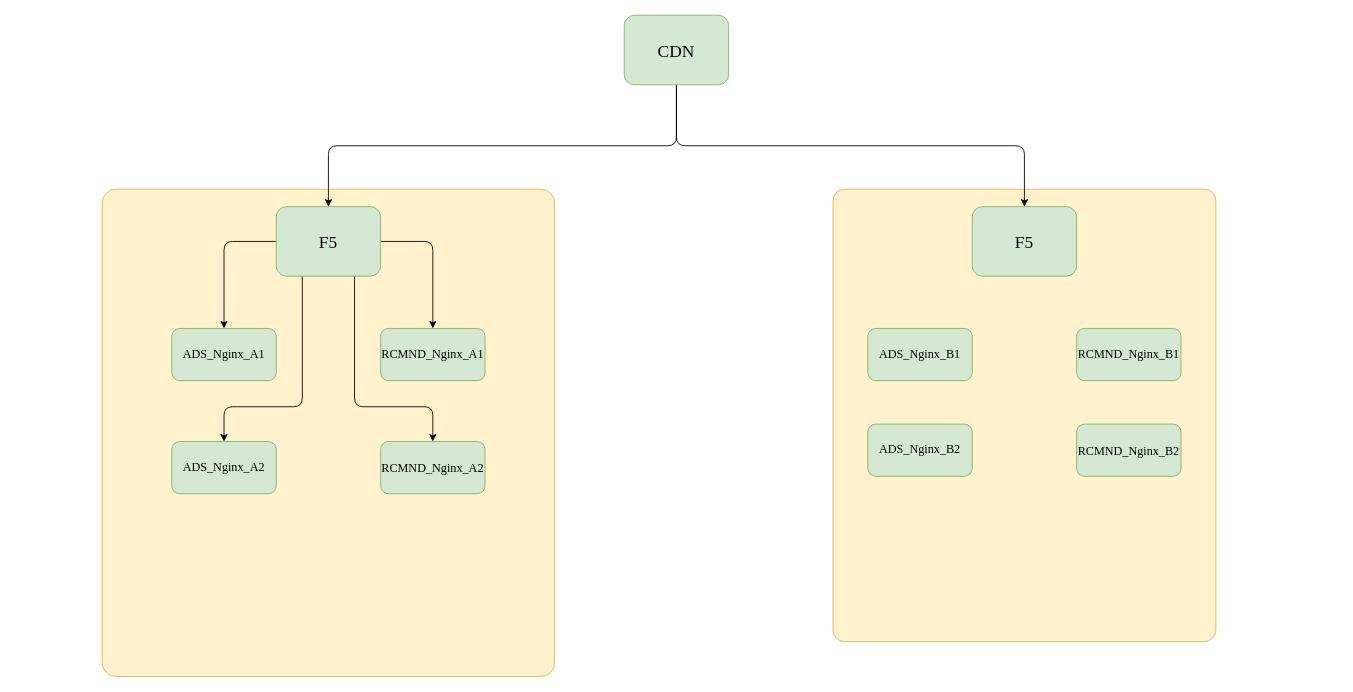
The draw.io diagram 广告系统分流.drawio in TakingCoding4Granted/drawio, before the edit. Source tidied: cells renumbered, new cells numbered last; positions are measured from the earlier drawing's top-left corner, leaving out a move shared by most shapes. Both pictures are drawn from the tidied source at 87%, with x=0, y=0 at pixel (102, 15).
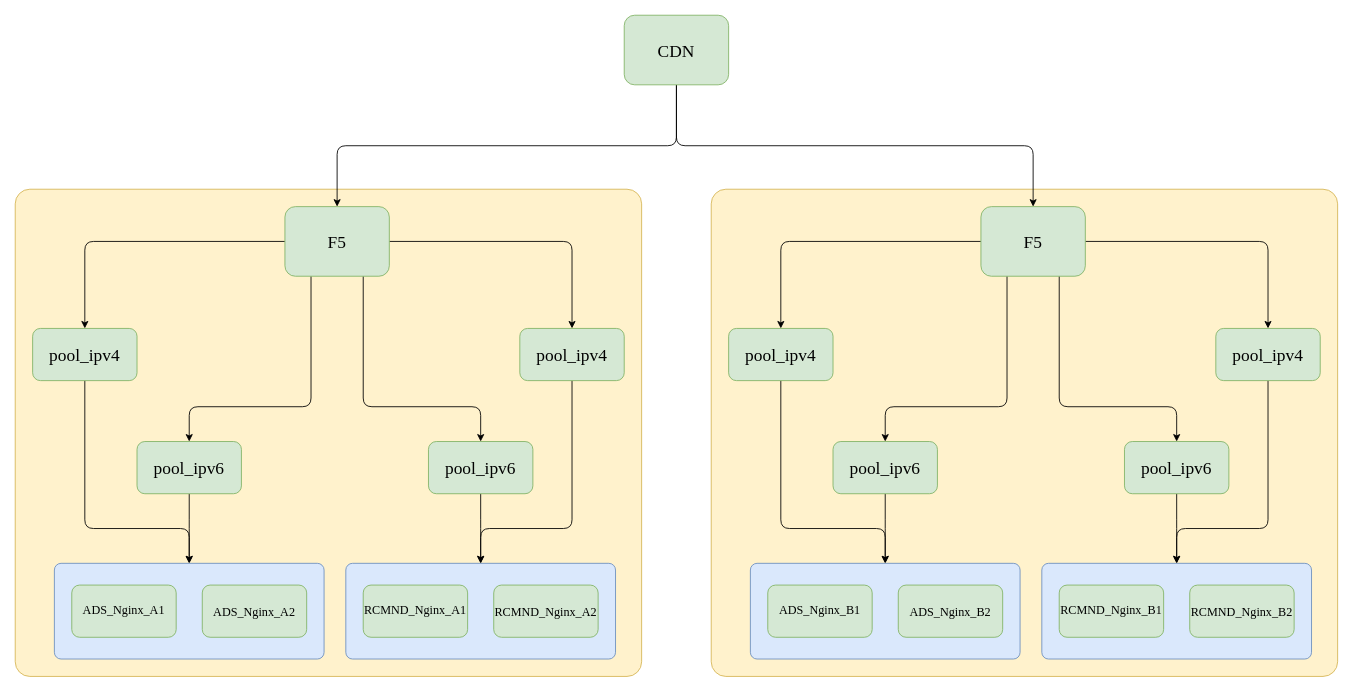
Above is the later version.

Commit message (it also covers changes not shown here):
更新广告系统分流.drawio

The edit, as a diff of the source:
```diff
@@
-    <mxCell id="2" style="rounded=1;whiteSpace=wrap;html=1;fontFamily=Times New Roman;fontSize=20;fillColor=#fff2cc;strokeColor=#d6b656;arcSize=3;" parent="1" vertex="1">
-      <mxGeometry x="840" y="200" width="440" height="520" as="geometry" />
-    </mxCell>
+    <mxCell id="21" style="rounded=1;whiteSpace=wrap;html=1;fontFamily=Times New Roman;fontSize=20;fillColor=#fff2cc;strokeColor=#d6b656;arcSize=3;" parent="1" vertex="1">
+      <mxGeometry x="700" y="200" width="720" height="560" as="geometry" />
+    </mxCell>
     <mxCell id="3" style="rounded=1;whiteSpace=wrap;html=1;fontFamily=Times New Roman;fontSize=20;fillColor=#fff2cc;strokeColor=#d6b656;arcSize=3;" parent="1" vertex="1">
-      <mxGeometry y="200" width="520" height="560" as="geometry" />
+      <mxGeometry x="-100" y="200" width="720" height="560" as="geometry" />
     </mxCell>
+    <mxCell id="22" style="rounded=1;whiteSpace=wrap;html=1;fontFamily=Times New Roman;fontSize=14;fillColor=#dae8fc;strokeColor=#6c8ebf;arcSize=7;" parent="1" vertex="1">
+      <mxGeometry x="280" y="630" width="310" height="110" as="geometry" />
+    </mxCell>
@@
     <mxCell id="7" style="edgeStyle=elbowEdgeStyle;rounded=1;jettySize=auto;elbow=vertical;html=1;exitX=0;exitY=0.5;exitDx=0;exitDy=0;entryX=0.5;entryY=0;entryDx=0;entryDy=0;fontFamily=Times New Roman;fontSize=14;" parent="1" edge="1" source="11" target="13">
       <mxGeometry relative="1" as="geometry">
         <Array as="points">
-          <mxPoint x="180" y="260" />
+          <mxPoint x="220" y="260" />
         </Array>
       </mxGeometry>
     </mxCell>
-    <mxCell id="8" style="edgeStyle=elbowEdgeStyle;rounded=1;jettySize=auto;elbow=vertical;html=1;exitX=1;exitY=0.5;exitDx=0;exitDy=0;entryX=0.5;entryY=0;entryDx=0;entryDy=0;fontFamily=Times New Roman;fontSize=14;" parent="1" edge="1" source="11" target="14">
+    <mxCell id="8" style="edgeStyle=elbowEdgeStyle;rounded=1;jettySize=auto;elbow=vertical;html=1;exitX=1;exitY=0.5;exitDx=0;exitDy=0;entryX=0.5;entryY=0;entryDx=0;entryDy=0;fontFamily=Times New Roman;fontSize=14;" parent="1" edge="1" source="11" target="26">
       <mxGeometry relative="1" as="geometry">
         <Array as="points">
-          <mxPoint x="370" y="260" />
+          <mxPoint x="410" y="260" />
         </Array>
       </mxGeometry>
     </mxCell>
     <mxCell id="9" style="edgeStyle=elbowEdgeStyle;rounded=1;jettySize=auto;elbow=vertical;html=1;exitX=0.25;exitY=1;exitDx=0;exitDy=0;entryX=0.5;entryY=0;entryDx=0;entryDy=0;fontFamily=Times New Roman;fontSize=14;" parent="1" edge="1" source="11" target="15">
       <mxGeometry relative="1" as="geometry">
         <Array as="points">
-          <mxPoint x="200" y="450" />
+          <mxPoint x="240" y="450" />
         </Array>
       </mxGeometry>
     </mxCell>
-    <mxCell id="10" style="edgeStyle=elbowEdgeStyle;rounded=1;jettySize=auto;elbow=vertical;html=1;exitX=0.75;exitY=1;exitDx=0;exitDy=0;fontFamily=Times New Roman;fontSize=14;entryX=0.5;entryY=0;entryDx=0;entryDy=0;" parent="1" edge="1" source="11" target="16">
+    <mxCell id="10" style="edgeStyle=elbowEdgeStyle;rounded=1;jettySize=auto;elbow=vertical;html=1;exitX=0.75;exitY=1;exitDx=0;exitDy=0;fontFamily=Times New Roman;fontSize=14;entryX=0.5;entryY=0;entryDx=0;entryDy=0;" parent="1" edge="1" source="11" target="28">
       <mxGeometry relative="1" as="geometry">
         <Array as="points">
-          <mxPoint x="320" y="450" />
-          <mxPoint x="300" y="500" />
+          <mxPoint x="360" y="450" />
+          <mxPoint x="340" y="500" />
         </Array>
       </mxGeometry>
     </mxCell>
     <mxCell id="11" value="F5" style="rounded=1;whiteSpace=wrap;html=1;fontFamily=Times New Roman;fontSize=20;fillColor=#d5e8d4;strokeColor=#82b366;" parent="1" vertex="1">
-      <mxGeometry x="200" y="220" width="120" height="80" as="geometry" />
+      <mxGeometry x="210" y="220" width="120" height="80" as="geometry" />
     </mxCell>
+    <mxCell id="23" style="edgeStyle=elbowEdgeStyle;rounded=1;jettySize=auto;elbow=vertical;html=1;entryX=0.5;entryY=0;entryDx=0;entryDy=0;fontFamily=Times New Roman;fontSize=14;exitX=0.5;exitY=1;exitDx=0;exitDy=0;" parent="1" edge="1" source="13" target="29">
+      <mxGeometry relative="1" as="geometry">
+        <Array as="points">
+          <mxPoint x="40" y="590" />
+        </Array>
+      </mxGeometry>
+    </mxCell>
+    <mxCell id="13" value="pool_ipv4" style="rounded=1;whiteSpace=wrap;html=1;fontFamily=Times New Roman;fontSize=20;fillColor=#d5e8d4;strokeColor=#82b366;" parent="1" vertex="1">
+      <mxGeometry x="-80" y="360" width="120" height="60" as="geometry" />
+    </mxCell>
+    <mxCell id="24" style="edgeStyle=elbowEdgeStyle;rounded=1;jettySize=auto;elbow=vertical;html=1;fontFamily=Times New Roman;fontSize=14;" parent="1" edge="1" source="15" target="29">
+      <mxGeometry relative="1" as="geometry" />
+    </mxCell>
+    <mxCell id="15" value="pool_ipv6" style="rounded=1;whiteSpace=wrap;html=1;fontFamily=Times New Roman;fontSize=20;fillColor=#d5e8d4;strokeColor=#82b366;" parent="1" vertex="1">
+      <mxGeometry x="40" y="490" width="120" height="60" as="geometry" />
+    </mxCell>
+    <mxCell id="14" value="RCMND_Nginx_A1" style="rounded=1;whiteSpace=wrap;html=1;fontFamily=Times New Roman;fontSize=14;fillColor=#d5e8d4;strokeColor=#82b366;" parent="1" vertex="1">
+      <mxGeometry x="300" y="655" width="120" height="60" as="geometry" />
+    </mxCell>
+    <mxCell id="16" value="&lt;span style=&quot;font-size: 14px&quot;&gt;RCMND_Nginx_A2&lt;/span&gt;" style="rounded=1;whiteSpace=wrap;html=1;fontFamily=Times New Roman;fontSize=16;fillColor=#d5e8d4;strokeColor=#82b366;" parent="1" vertex="1">
+      <mxGeometry x="450" y="655" width="120" height="60" as="geometry" />
+    </mxCell>
+    <mxCell id="25" style="edgeStyle=elbowEdgeStyle;rounded=1;jettySize=auto;elbow=vertical;html=1;exitX=0.5;exitY=1;exitDx=0;exitDy=0;entryX=0.5;entryY=0;entryDx=0;entryDy=0;fontFamily=Times New Roman;fontSize=14;" parent="1" edge="1" source="26" target="22">
+      <mxGeometry relative="1" as="geometry">
+        <Array as="points">
+          <mxPoint x="490" y="590" />
+          <mxPoint x="550" y="720" />
+          <mxPoint x="480" y="780" />
+          <mxPoint x="460" y="590" />
+          <mxPoint x="450" y="590" />
+        </Array>
+      </mxGeometry>
+    </mxCell>
+    <mxCell id="26" value="pool_ipv4" style="rounded=1;whiteSpace=wrap;html=1;fontFamily=Times New Roman;fontSize=20;fillColor=#d5e8d4;strokeColor=#82b366;" parent="1" vertex="1">
+      <mxGeometry x="480" y="360" width="120" height="60" as="geometry" />
+    </mxCell>
+    <mxCell id="27" style="edgeStyle=elbowEdgeStyle;rounded=1;jettySize=auto;elbow=vertical;html=1;fontFamily=Times New Roman;fontSize=14;" parent="1" edge="1" source="28" target="22">
+      <mxGeometry relative="1" as="geometry" />
+    </mxCell>
+    <mxCell id="28" value="&lt;span style=&quot;font-size: 20px;&quot;&gt;pool_ipv6&lt;/span&gt;" style="rounded=1;whiteSpace=wrap;html=1;fontFamily=Times New Roman;fontSize=20;fillColor=#d5e8d4;strokeColor=#82b366;" parent="1" vertex="1">
+      <mxGeometry x="375" y="490" width="120" height="60" as="geometry" />
+    </mxCell>
+    <mxCell id="29" style="rounded=1;whiteSpace=wrap;html=1;fontFamily=Times New Roman;fontSize=14;fillColor=#dae8fc;strokeColor=#6c8ebf;arcSize=7;" parent="1" vertex="1">
+      <mxGeometry x="-55" y="630" width="310" height="110" as="geometry" />
+    </mxCell>
+    <mxCell id="30" value="ADS_Nginx_A1" style="rounded=1;whiteSpace=wrap;html=1;fontFamily=Times New Roman;fontSize=14;fillColor=#d5e8d4;strokeColor=#82b366;" parent="1" vertex="1">
+      <mxGeometry x="-35" y="655" width="120" height="60" as="geometry" />
+    </mxCell>
+    <mxCell id="31" value="&lt;span style=&quot;font-size: 14px&quot;&gt;ADS_Nginx_A2&lt;/span&gt;" style="rounded=1;whiteSpace=wrap;html=1;fontFamily=Times New Roman;fontSize=16;fillColor=#d5e8d4;strokeColor=#82b366;" parent="1" vertex="1">
+      <mxGeometry x="115" y="655" width="120" height="60" as="geometry" />
+    </mxCell>
+    <mxCell id="32" style="rounded=1;whiteSpace=wrap;html=1;fontFamily=Times New Roman;fontSize=14;fillColor=#dae8fc;strokeColor=#6c8ebf;arcSize=7;" parent="1" vertex="1">
+      <mxGeometry x="1080" y="630" width="310" height="110" as="geometry" />
+    </mxCell>
+    <mxCell id="33" style="edgeStyle=elbowEdgeStyle;rounded=1;jettySize=auto;elbow=vertical;html=1;exitX=0;exitY=0.5;exitDx=0;exitDy=0;entryX=0.5;entryY=0;entryDx=0;entryDy=0;fontFamily=Times New Roman;fontSize=14;" parent="1" edge="1" source="12" target="38">
+      <mxGeometry relative="1" as="geometry">
+        <Array as="points">
+          <mxPoint x="1020" y="260" />
+        </Array>
+      </mxGeometry>
+    </mxCell>
+    <mxCell id="34" style="edgeStyle=elbowEdgeStyle;rounded=1;jettySize=auto;elbow=vertical;html=1;exitX=1;exitY=0.5;exitDx=0;exitDy=0;entryX=0.5;entryY=0;entryDx=0;entryDy=0;fontFamily=Times New Roman;fontSize=14;" parent="1" edge="1" source="12" target="42">
+      <mxGeometry relative="1" as="geometry">
+        <Array as="points">
+          <mxPoint x="1210" y="260" />
+        </Array>
+      </mxGeometry>
+    </mxCell>
+    <mxCell id="35" style="edgeStyle=elbowEdgeStyle;rounded=1;jettySize=auto;elbow=vertical;html=1;exitX=0.25;exitY=1;exitDx=0;exitDy=0;entryX=0.5;entryY=0;entryDx=0;entryDy=0;fontFamily=Times New Roman;fontSize=14;" parent="1" edge="1" source="12" target="40">
+      <mxGeometry relative="1" as="geometry">
+        <Array as="points">
+          <mxPoint x="1040" y="450" />
+        </Array>
+      </mxGeometry>
+    </mxCell>
+    <mxCell id="36" style="edgeStyle=elbowEdgeStyle;rounded=1;jettySize=auto;elbow=vertical;html=1;exitX=0.75;exitY=1;exitDx=0;exitDy=0;fontFamily=Times New Roman;fontSize=14;entryX=0.5;entryY=0;entryDx=0;entryDy=0;" parent="1" edge="1" source="12" target="44">
+      <mxGeometry relative="1" as="geometry">
+        <Array as="points">
+          <mxPoint x="1160" y="450" />
+          <mxPoint x="1140" y="500" />
+        </Array>
+      </mxGeometry>
+    </mxCell>
     <mxCell id="12" value="F5" style="rounded=1;whiteSpace=wrap;html=1;fontFamily=Times New Roman;fontSize=20;fillColor=#d5e8d4;strokeColor=#82b366;" parent="1" vertex="1">
-      <mxGeometry x="1000" y="220" width="120" height="80" as="geometry" />
+      <mxGeometry x="1010" y="220" width="120" height="80" as="geometry" />
     </mxCell>
-    <mxCell id="13" value="ADS_Nginx_A1" style="rounded=1;whiteSpace=wrap;html=1;fontFamily=Times New Roman;fontSize=14;fillColor=#d5e8d4;strokeColor=#82b366;" parent="1" vertex="1">
-      <mxGeometry x="80" y="360" width="120" height="60" as="geometry" />
-    </mxCell>
-    <mxCell id="14" value="RCMND_Nginx_A1" style="rounded=1;whiteSpace=wrap;html=1;fontFamily=Times New Roman;fontSize=14;fillColor=#d5e8d4;strokeColor=#82b366;" parent="1" vertex="1">
-      <mxGeometry x="320" y="360" width="120" height="60" as="geometry" />
-    </mxCell>
-    <mxCell id="15" value="ADS_Nginx_A2" style="rounded=1;whiteSpace=wrap;html=1;fontFamily=Times New Roman;fontSize=14;fillColor=#d5e8d4;strokeColor=#82b366;" parent="1" vertex="1">
-      <mxGeometry x="80" y="490" width="120" height="60" as="geometry" />
-    </mxCell>
-    <mxCell id="16" value="&lt;span style=&quot;font-size: 14px&quot;&gt;RCMND_Nginx_A2&lt;/span&gt;" style="rounded=1;whiteSpace=wrap;html=1;fontFamily=Times New Roman;fontSize=16;fillColor=#d5e8d4;strokeColor=#82b366;" parent="1" vertex="1">
-      <mxGeometry x="320" y="490" width="120" height="60" as="geometry" />
-    </mxCell>
+    <mxCell id="37" style="edgeStyle=elbowEdgeStyle;rounded=1;jettySize=auto;elbow=vertical;html=1;entryX=0.5;entryY=0;entryDx=0;entryDy=0;fontFamily=Times New Roman;fontSize=14;exitX=0.5;exitY=1;exitDx=0;exitDy=0;" parent="1" edge="1" source="38" target="45">
+      <mxGeometry relative="1" as="geometry">
+        <Array as="points">
+          <mxPoint x="840" y="590" />
+        </Array>
+      </mxGeometry>
+    </mxCell>
+    <mxCell id="38" value="pool_ipv4" style="rounded=1;whiteSpace=wrap;html=1;fontFamily=Times New Roman;fontSize=20;fillColor=#d5e8d4;strokeColor=#82b366;" parent="1" vertex="1">
+      <mxGeometry x="720" y="360" width="120" height="60" as="geometry" />
+    </mxCell>
+    <mxCell id="39" style="edgeStyle=elbowEdgeStyle;rounded=1;jettySize=auto;elbow=vertical;html=1;fontFamily=Times New Roman;fontSize=14;" parent="1" edge="1" source="40" target="45">
+      <mxGeometry relative="1" as="geometry" />
+    </mxCell>
+    <mxCell id="40" value="pool_ipv6" style="rounded=1;whiteSpace=wrap;html=1;fontFamily=Times New Roman;fontSize=20;fillColor=#d5e8d4;strokeColor=#82b366;" parent="1" vertex="1">
+      <mxGeometry x="840" y="490" width="120" height="60" as="geometry" />
+    </mxCell>
+    <mxCell id="18" value="RCMND_Nginx_B1" style="rounded=1;whiteSpace=wrap;html=1;fontFamily=Times New Roman;fontSize=14;fillColor=#d5e8d4;strokeColor=#82b366;" parent="1" vertex="1">
+      <mxGeometry x="1100" y="655" width="120" height="60" as="geometry" />
+    </mxCell>
+    <mxCell id="20" value="&lt;span style=&quot;font-size: 14px&quot;&gt;RCMND_Nginx_B2&lt;/span&gt;" style="rounded=1;whiteSpace=wrap;html=1;fontFamily=Times New Roman;fontSize=16;fillColor=#d5e8d4;strokeColor=#82b366;" parent="1" vertex="1">
+      <mxGeometry x="1250" y="655" width="120" height="60" as="geometry" />
+    </mxCell>
+    <mxCell id="41" style="edgeStyle=elbowEdgeStyle;rounded=1;jettySize=auto;elbow=vertical;html=1;exitX=0.5;exitY=1;exitDx=0;exitDy=0;entryX=0.5;entryY=0;entryDx=0;entryDy=0;fontFamily=Times New Roman;fontSize=14;" parent="1" edge="1" source="42" target="32">
+      <mxGeometry relative="1" as="geometry">
+        <Array as="points">
+          <mxPoint x="1290" y="590" />
+          <mxPoint x="1350" y="720" />
+          <mxPoint x="1280" y="780" />
+          <mxPoint x="1260" y="590" />
+          <mxPoint x="1250" y="590" />
+        </Array>
+      </mxGeometry>
+    </mxCell>
+    <mxCell id="42" value="pool_ipv4" style="rounded=1;whiteSpace=wrap;html=1;fontFamily=Times New Roman;fontSize=20;fillColor=#d5e8d4;strokeColor=#82b366;" parent="1" vertex="1">
+      <mxGeometry x="1280" y="360" width="120" height="60" as="geometry" />
+    </mxCell>
+    <mxCell id="43" style="edgeStyle=elbowEdgeStyle;rounded=1;jettySize=auto;elbow=vertical;html=1;fontFamily=Times New Roman;fontSize=14;" parent="1" edge="1" source="44" target="32">
+      <mxGeometry relative="1" as="geometry" />
+    </mxCell>
+    <mxCell id="44" value="&lt;span style=&quot;font-size: 20px;&quot;&gt;pool_ipv6&lt;/span&gt;" style="rounded=1;whiteSpace=wrap;html=1;fontFamily=Times New Roman;fontSize=20;fillColor=#d5e8d4;strokeColor=#82b366;" parent="1" vertex="1">
+      <mxGeometry x="1175" y="490" width="120" height="60" as="geometry" />
+    </mxCell>
+    <mxCell id="45" style="rounded=1;whiteSpace=wrap;html=1;fontFamily=Times New Roman;fontSize=14;fillColor=#dae8fc;strokeColor=#6c8ebf;arcSize=7;" parent="1" vertex="1">
+      <mxGeometry x="745" y="630" width="310" height="110" as="geometry" />
+    </mxCell>
     <mxCell id="17" value="ADS_Nginx_B1" style="rounded=1;whiteSpace=wrap;html=1;fontFamily=Times New Roman;fontSize=14;fillColor=#d5e8d4;strokeColor=#82b366;" parent="1" vertex="1">
-      <mxGeometry x="880" y="360" width="120" height="60" as="geometry" />
+      <mxGeometry x="765" y="655" width="120" height="60" as="geometry" />
     </mxCell>
-    <mxCell id="18" value="RCMND_Nginx_B1" style="rounded=1;whiteSpace=wrap;html=1;fontFamily=Times New Roman;fontSize=14;fillColor=#d5e8d4;strokeColor=#82b366;" parent="1" vertex="1">
-      <mxGeometry x="1120" y="360" width="120" height="60" as="geometry" />
-    </mxCell>
-    <mxCell id="19" value="ADS_Nginx_B2" style="rounded=1;whiteSpace=wrap;html=1;fontFamily=Times New Roman;fontSize=14;fillColor=#d5e8d4;strokeColor=#82b366;" parent="1" vertex="1">
-      <mxGeometry x="880" y="470" width="120" height="60" as="geometry" />
+    <mxCell id="19" value="&lt;span style=&quot;font-size: 14px&quot;&gt;ADS_Nginx_B2&lt;/span&gt;" style="rounded=1;whiteSpace=wrap;html=1;fontFamily=Times New Roman;fontSize=16;fillColor=#d5e8d4;strokeColor=#82b366;" parent="1" vertex="1">
+      <mxGeometry x="915" y="655" width="120" height="60" as="geometry" />
     </mxCell>
-    <mxCell id="20" value="&lt;span style=&quot;font-size: 14px&quot;&gt;RCMND_Nginx_B2&lt;/span&gt;" style="rounded=1;whiteSpace=wrap;html=1;fontFamily=Times New Roman;fontSize=16;fillColor=#d5e8d4;strokeColor=#82b366;" parent="1" vertex="1">
-      <mxGeometry x="1120" y="470" width="120" height="60" as="geometry" />
-    </mxCell>
```
